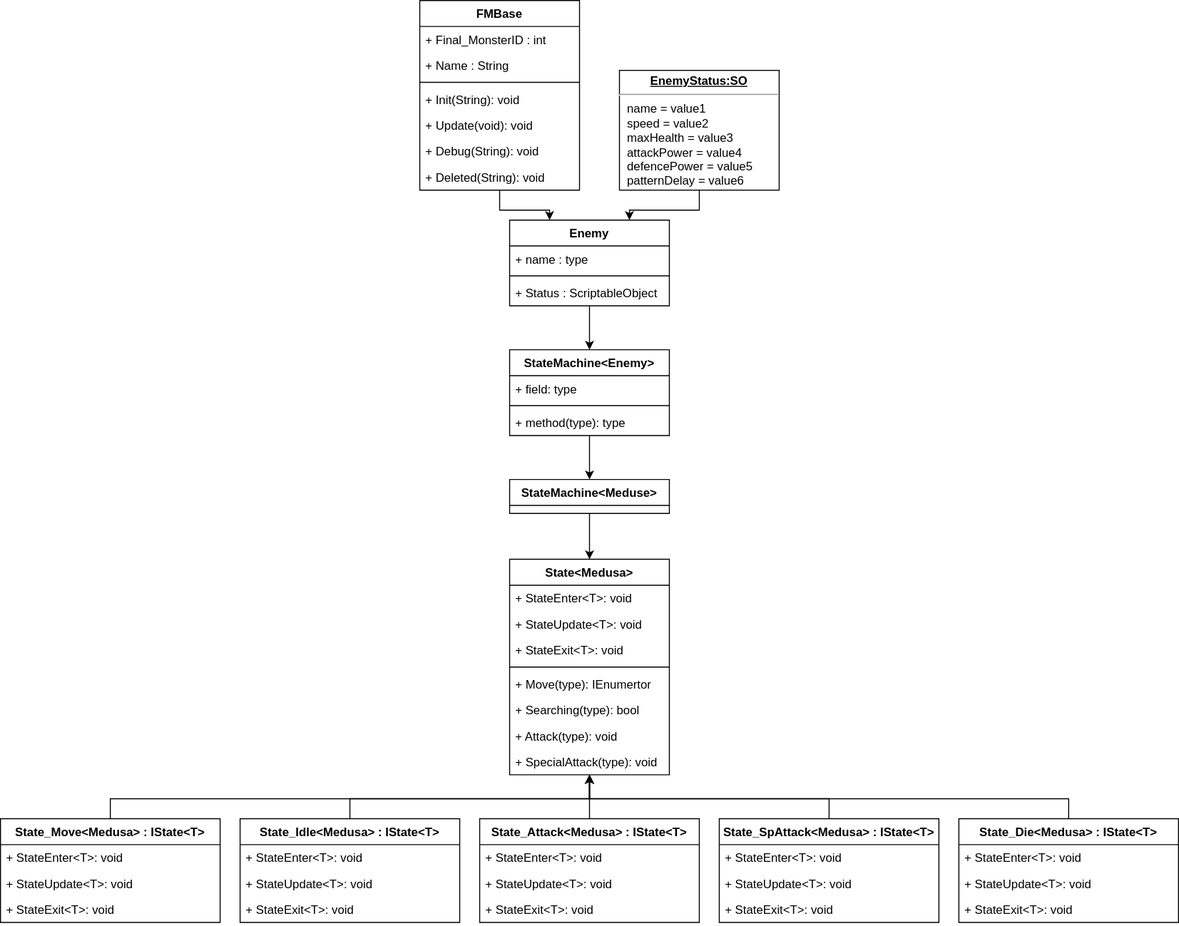
Above: VampireSurvivors/Assets/_Test/_ByeonJinSeong/Diagram/Medusa DIagram.svg in Hoyeom/B_TeamProject (draw.io), before the change. Source tidied: cells renumbered, new cells last; positions are measured from the earlier drawing's top-left corner, leaving out a move shared by most shapes.
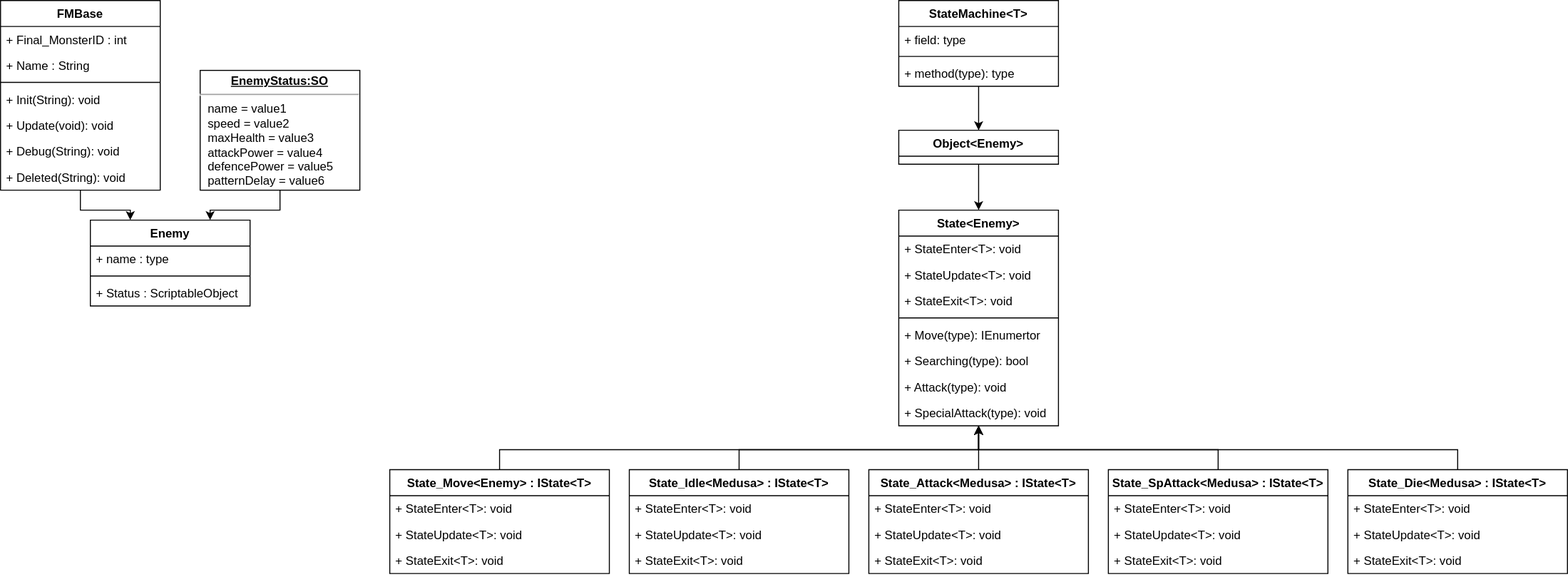
Above is the later version.

Diff of the diagram source:
```diff
@@ -6,7 +6,7 @@
       <mxGeometry relative="1" as="geometry" />
     </mxCell>
     <mxCell id="3" value="FMBase" style="swimlane;fontStyle=1;align=center;verticalAlign=top;horizontal=1;startSize=26;" parent="1" vertex="1">
-      <mxGeometry x="420" width="160" height="190" as="geometry" />
+      <mxGeometry x="-390" y="350" width="160" height="190" as="geometry" />
     </mxCell>
     <mxCell id="4" value="+ Final_MonsterID : int" style="text;strokeColor=none;fillColor=none;align=left;verticalAlign=top;spacingLeft=4;spacingRight=4;overflow=hidden;" parent="3" vertex="1">
       <mxGeometry y="26" width="160" height="26" as="geometry" />
@@ -32,7 +32,7 @@
     <mxCell id="11" style="edgeStyle=orthogonalEdgeStyle;rounded=0;jettySize=auto;html=1;" parent="1" edge="1" source="12" target="17">
       <mxGeometry relative="1" as="geometry" />
     </mxCell>
-    <mxCell id="12" value="StateMachine&lt;Enemy&gt;" style="swimlane;fontStyle=1;align=center;verticalAlign=top;horizontal=1;startSize=26;" parent="1" vertex="1">
+    <mxCell id="12" value="StateMachine&lt;T&gt;" style="swimlane;fontStyle=1;align=center;verticalAlign=top;horizontal=1;startSize=26;" parent="1" vertex="1">
       <mxGeometry x="510" y="350" width="160" height="86" as="geometry" />
     </mxCell>
     <mxCell id="13" value="+ field: type" style="text;strokeColor=none;fillColor=none;align=left;verticalAlign=top;spacingLeft=4;spacingRight=4;overflow=hidden;" parent="12" vertex="1">
@@ -47,20 +47,17 @@
     <mxCell id="16" style="edgeStyle=orthogonalEdgeStyle;rounded=0;jettySize=auto;html=1;entryX=0.5;entryY=0;entryDx=0;entryDy=0;" parent="1" edge="1" source="17" target="25">
       <mxGeometry relative="1" as="geometry" />
     </mxCell>
-    <mxCell id="17" value="StateMachine&lt;Meduse&gt;" style="swimlane;fontStyle=1;align=center;verticalAlign=top;horizontal=1;startSize=26;" parent="1" vertex="1">
+    <mxCell id="17" value="Object&lt;Enemy&gt;" style="swimlane;fontStyle=1;align=center;verticalAlign=top;horizontal=1;startSize=26;" parent="1" vertex="1">
       <mxGeometry x="510" y="480" width="160" height="34" as="geometry" />
     </mxCell>
     <mxCell id="18" style="edgeStyle=orthogonalEdgeStyle;rounded=0;jettySize=auto;html=1;entryX=0.75;entryY=0;entryDx=0;entryDy=0;" parent="1" edge="1" source="19" target="21">
       <mxGeometry relative="1" as="geometry" />
     </mxCell>
     <mxCell id="19" value="&lt;p style=&quot;margin: 0px ; margin-top: 4px ; text-align: center ; text-decoration: underline&quot;&gt;&lt;b&gt;EnemyStatus:SO&lt;/b&gt;&lt;/p&gt;&lt;hr&gt;&lt;p style=&quot;margin: 0px ; margin-left: 8px&quot;&gt;name = value1&lt;br&gt;speed = value2&lt;br&gt;maxHealth = value3&lt;/p&gt;&lt;p style=&quot;margin: 0px ; margin-left: 8px&quot;&gt;attackPower = value4&lt;/p&gt;&lt;p style=&quot;margin: 0px ; margin-left: 8px&quot;&gt;defencePower = value5&lt;/p&gt;&lt;p style=&quot;margin: 0px ; margin-left: 8px&quot;&gt;patternDelay = value6&lt;/p&gt;" style="verticalAlign=top;align=left;overflow=fill;fontSize=12;fontFamily=Helvetica;html=1;" parent="1" vertex="1">
-      <mxGeometry x="620" y="70" width="160" height="120" as="geometry" />
+      <mxGeometry x="-190" y="420" width="160" height="120" as="geometry" />
     </mxCell>
-    <mxCell id="20" style="edgeStyle=orthogonalEdgeStyle;rounded=0;jettySize=auto;html=1;" parent="1" edge="1" source="21" target="12">
-      <mxGeometry relative="1" as="geometry" />
-    </mxCell>
     <mxCell id="21" value="Enemy" style="swimlane;fontStyle=1;align=center;verticalAlign=top;horizontal=1;startSize=26;" parent="1" vertex="1">
-      <mxGeometry x="510" y="220" width="160" height="86" as="geometry" />
+      <mxGeometry x="-300" y="570" width="160" height="86" as="geometry" />
     </mxCell>
     <mxCell id="22" value="+ name : type" style="text;strokeColor=none;fillColor=none;align=left;verticalAlign=top;spacingLeft=4;spacingRight=4;overflow=hidden;" parent="21" vertex="1">
       <mxGeometry y="26" width="160" height="26" as="geometry" />
@@ -71,7 +68,7 @@
     <mxCell id="24" value="+ Status : ScriptableObject" style="text;strokeColor=none;fillColor=none;align=left;verticalAlign=top;spacingLeft=4;spacingRight=4;overflow=hidden;" parent="21" vertex="1">
       <mxGeometry y="60" width="160" height="26" as="geometry" />
     </mxCell>
-    <mxCell id="25" value="State&lt;Medusa&gt;" style="swimlane;fontStyle=1;align=center;verticalAlign=top;horizontal=1;startSize=26;" parent="1" vertex="1">
+    <mxCell id="25" value="State&lt;Enemy&gt;" style="swimlane;fontStyle=1;align=center;verticalAlign=top;horizontal=1;startSize=26;" parent="1" vertex="1">
       <mxGeometry x="510" y="560" width="160" height="216" as="geometry" />
     </mxCell>
     <mxCell id="26" value="+ StateEnter&lt;T&gt;: void" style="text;strokeColor=none;fillColor=none;align=left;verticalAlign=top;spacingLeft=4;spacingRight=4;overflow=hidden;" parent="25" vertex="1">
@@ -141,7 +138,7 @@
         </Array>
       </mxGeometry>
     </mxCell>
-    <mxCell id="45" value="State_Move&lt;Medusa&gt; : IState&lt;T&gt;" style="swimlane;fontStyle=1;align=center;verticalAlign=top;horizontal=1;startSize=26;" parent="1" vertex="1">
+    <mxCell id="45" value="State_Move&lt;Enemy&gt; : IState&lt;T&gt;" style="swimlane;fontStyle=1;align=center;verticalAlign=top;horizontal=1;startSize=26;" parent="1" vertex="1">
       <mxGeometry y="820" width="220" height="104" as="geometry" />
     </mxCell>
     <mxCell id="46" value="+ StateEnter&lt;T&gt;: void" style="text;strokeColor=none;fillColor=none;align=left;verticalAlign=top;spacingLeft=4;spacingRight=4;overflow=hidden;" parent="45" vertex="1">
```
